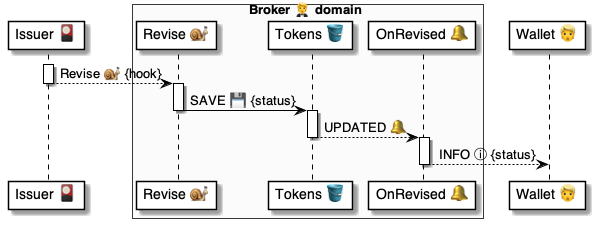
Above: 4 ⚙️ Solution/20 🧑‍🦰 UI/Brokers 🤵/🤵🪣 Broker tables/Tokens 🎫 table/🪣🔔 7 Revised/🤵 OnTokenRevised ⚙️ uml.png in pollyweb-org/pollyweb-docs (PlantUML), before the change. Its source is kept beside it as 4 ⚙️ Solution/20 🧑‍🦰 UI/Brokers 🤵/🤵🪣 Broker tables/Tokens 🎫 table/🪣🔔 7 Revised/🤵 OnTokenRevised ⚙️ uml.puml.
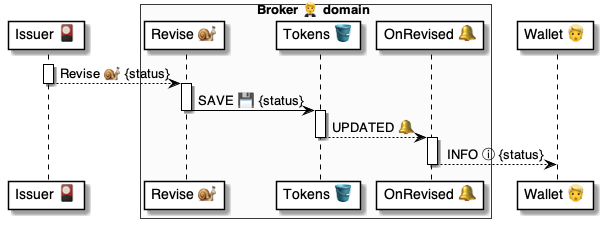
After the change.

Diff of the diagram source:
```diff
@@ -14,7 +14,7 @@
 
 
 activate issuer
-    issuer --> script: Revise 🐌 {hook}
+    issuer --> script: Revise 🐌 {status}
 deactivate issuer
 
 activate script
```
